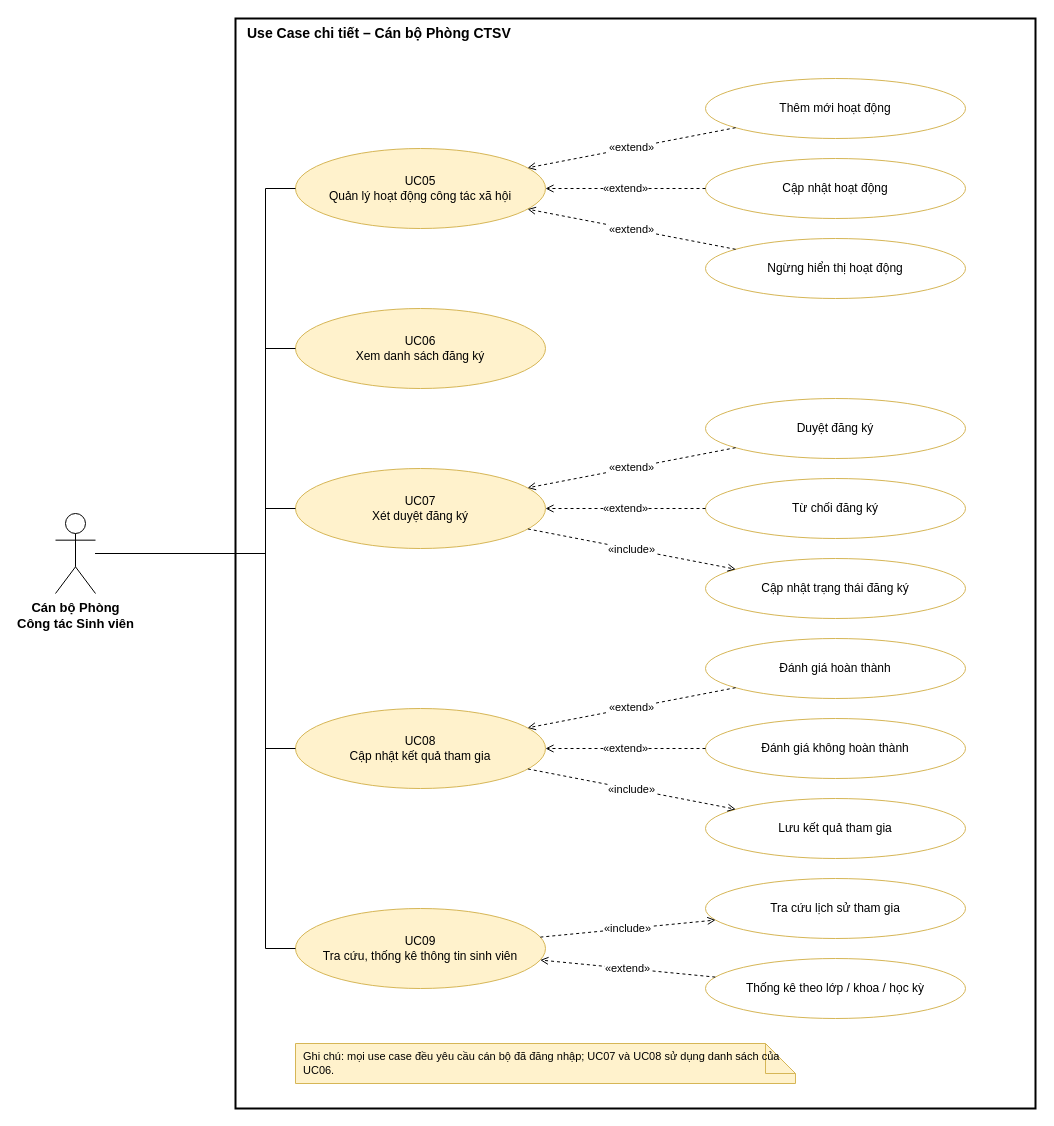
Before: sododraw.io/UC_chi_tiet_2_can_bo.drawio in PhamPasPhuoc/BaoCao_ThucTapNgheNghiep, a draw.io diagram. Source tidied: cells renumbered, new cells numbered last; positions are measured from the earlier drawing's top-left corner, leaving out a move shared by most shapes. Both pictures are drawn from the tidied source at 100%, with x=0, y=0 at pixel (55, 18).
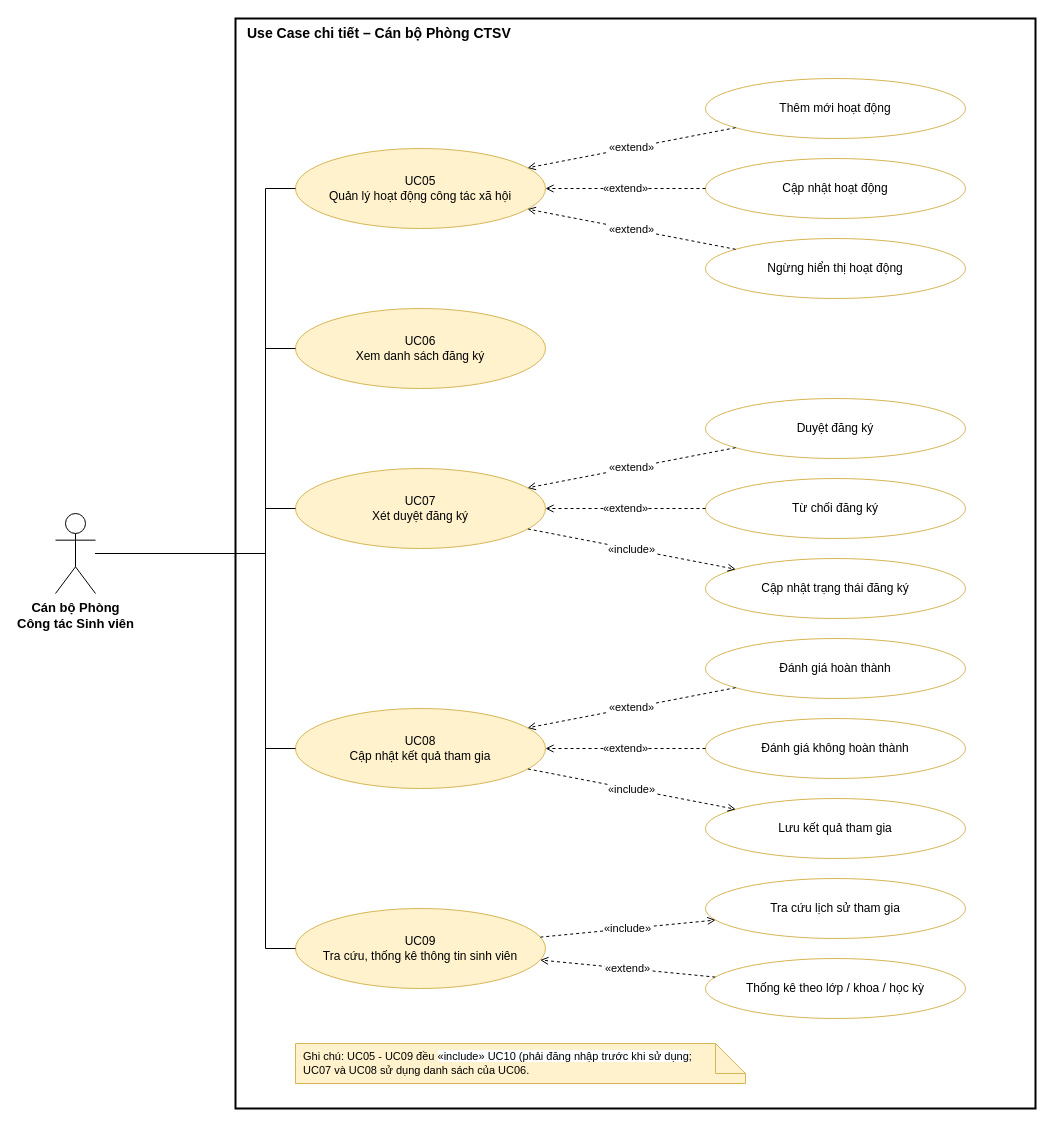
The same diagram, later.

What changed in the source:
```diff
@@
-    <mxCell id="36" value="Ghi chú: mọi use case đều yêu cầu cán bộ đã đăng nhập; UC07 và UC08 sử dụng danh sách của UC06." style="shape=note;whiteSpace=wrap;html=1;fillColor=#FFF2CC;strokeColor=#D6B656;fontSize=11;align=left;spacingLeft=6;" parent="1" vertex="1">
-      <mxGeometry x="240" y="1025" width="500" height="40" as="geometry" />
+    <mxCell id="36" value="Ghi chú: UC05 - UC09 đều&amp;nbsp;&lt;span style=&quot;text-align: center; white-space: nowrap; background-color: rgb(255, 255, 255);&quot;&gt;«include» UC10 (phải đăng nhập trước khi sử dụng&lt;/span&gt;;&amp;nbsp;&lt;div&gt;UC07 và UC08 sử dụng danh sách của UC06.&lt;/div&gt;" style="shape=note;whiteSpace=wrap;html=1;fillColor=#FFF2CC;strokeColor=#D6B656;fontSize=11;align=left;spacingLeft=6;" parent="1" vertex="1">
+      <mxGeometry x="240" y="1025" width="450" height="40" as="geometry" />
     </mxCell>
```
